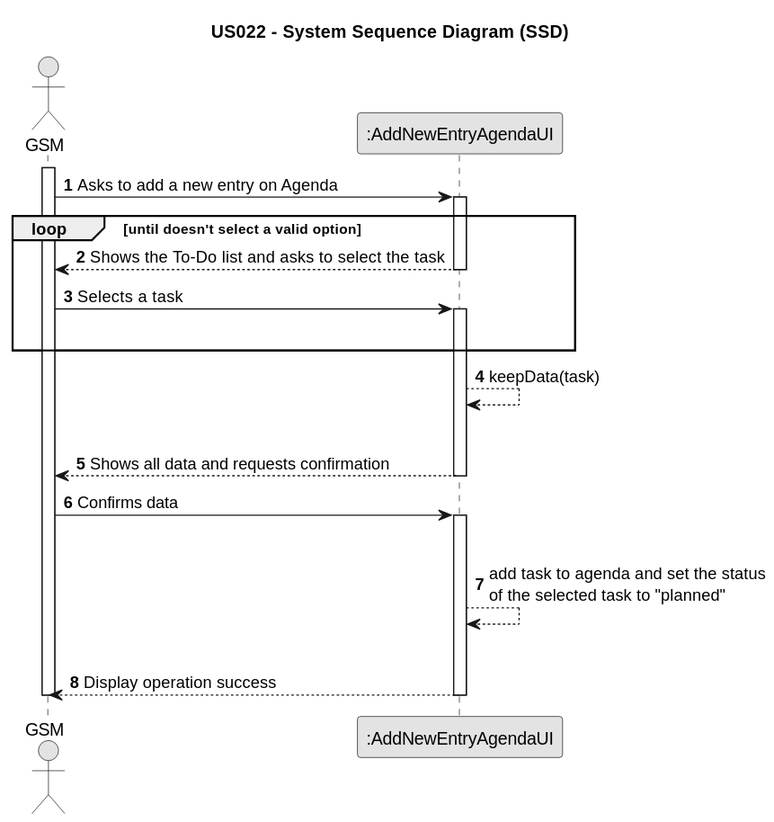
The PlantUML diagram docs/sprintC/us022/01.requirements-engineering/svg/us022-system-sequence-diagram.svg in Rui-San/LAPR2_2023_2024, before a commit. The source it was exported from:
```plantuml
@startuml
skinparam monochrome true
skinparam packageStyle rectangle
skinparam shadowing false

title US022 - System Sequence Diagram (SSD)

autonumber

actor "GSM" as GSM
participant ":AddNewEntryAgendaUI" as UI

activate GSM

    GSM -> UI : Asks to add a new entry on Agenda

    activate UI
        loop until doesn't select a valid option
        UI --> GSM : Shows the To-Do list and asks to select the task
    deactivate UI

    GSM -> UI : Selects a task
    activate UI
        |||
        end

        UI --> UI : keepData(task)
        |||

        UI --> GSM : Shows all data and requests confirmation
    deactivate UI

    GSM -> UI: Confirms data

    activate UI
        |||
        UI --> UI : add task to agenda and set the status\nof the selected task to "planned"
        |||
        UI --> GSM : Display operation success


    deactivate UI






deactivate GSM
@enduml
```
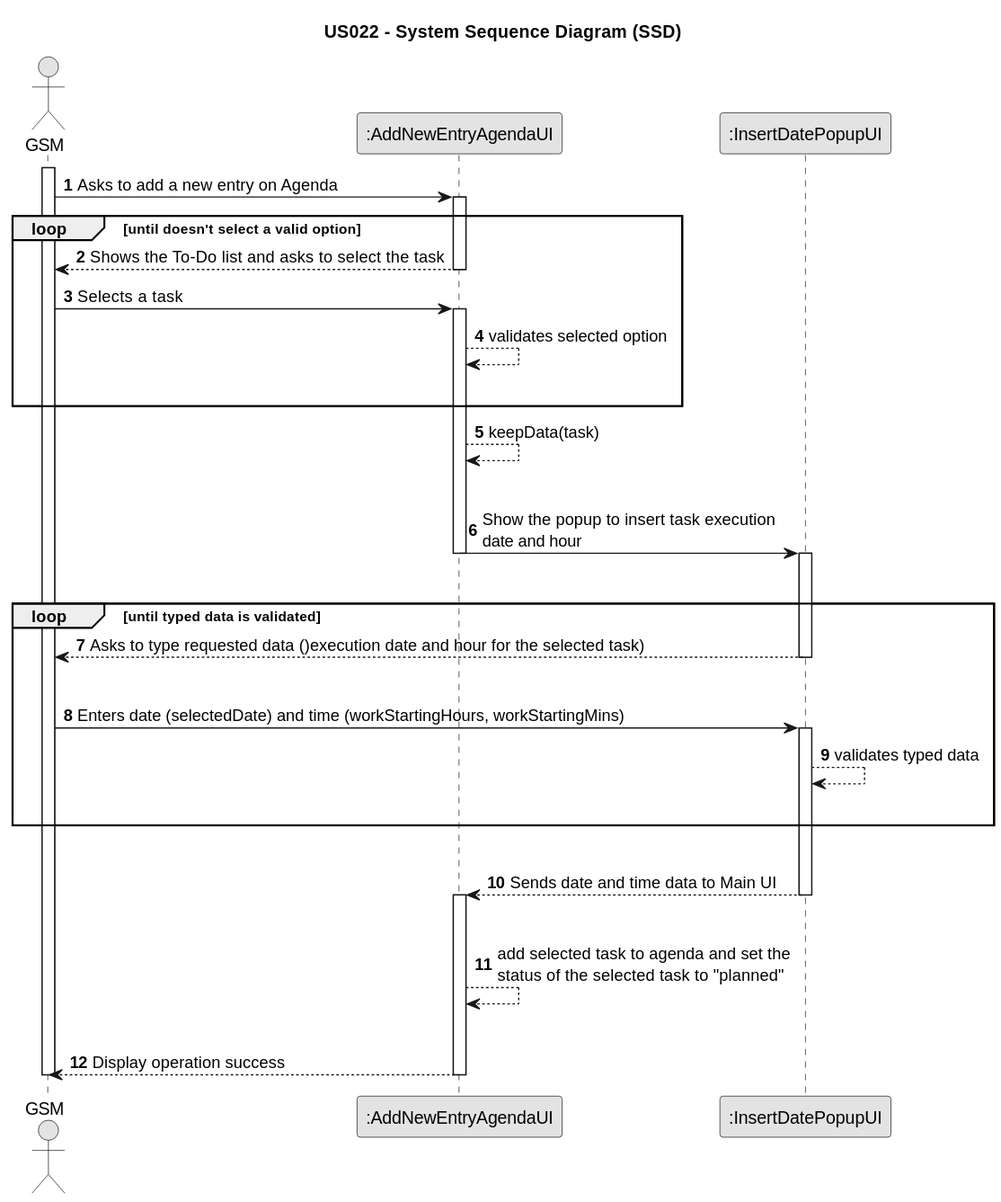
The same file after the commit.

Diff of the diagram source:
```diff
@@ -9,6 +9,7 @@
 
 actor "GSM" as GSM
 participant ":AddNewEntryAgendaUI" as UI
+participant ":InsertDatePopupUI" as Popup
 
 activate GSM
 
@@ -17,34 +18,49 @@
     activate UI
         loop until doesn't select a valid option
         UI --> GSM : Shows the To-Do list and asks to select the task
+
+
     deactivate UI
+
 
     GSM -> UI : Selects a task
     activate UI
+    UI --> UI : validates selected option
         |||
         end
 
         UI --> UI : keepData(task)
         |||
 
-        UI --> GSM : Shows all data and requests confirmation
+        UI -> Popup : Show the popup to insert task execution\ndate and hour
+        deactivate UI
+        |||
+        activate Popup
+
+        loop until typed data is validated
+
+        Popup --> GSM : Asks to type requested data ()execution date and hour for the selected task)
+        deactivate Popup
+
     deactivate UI
+    |||
+    GSM -> Popup: Enters date (selectedDate) and time (workStartingHours, workStartingMins)
+    activate Popup
 
-    GSM -> UI: Confirms data
+    Popup --> Popup : validates typed data
+    |||
+    end loop
+    |||
+
+        Popup --> UI: Sends date and time data to Main UI
+    deactivate Popup
 
     activate UI
         |||
-        UI --> UI : add task to agenda and set the status\nof the selected task to "planned"
+        UI --> UI : add selected task to agenda and set the\nstatus of the selected task to "planned"
         |||
         UI --> GSM : Display operation success
-
-
     deactivate UI
-
-
-
-
-
 
 deactivate GSM
 @enduml
```
